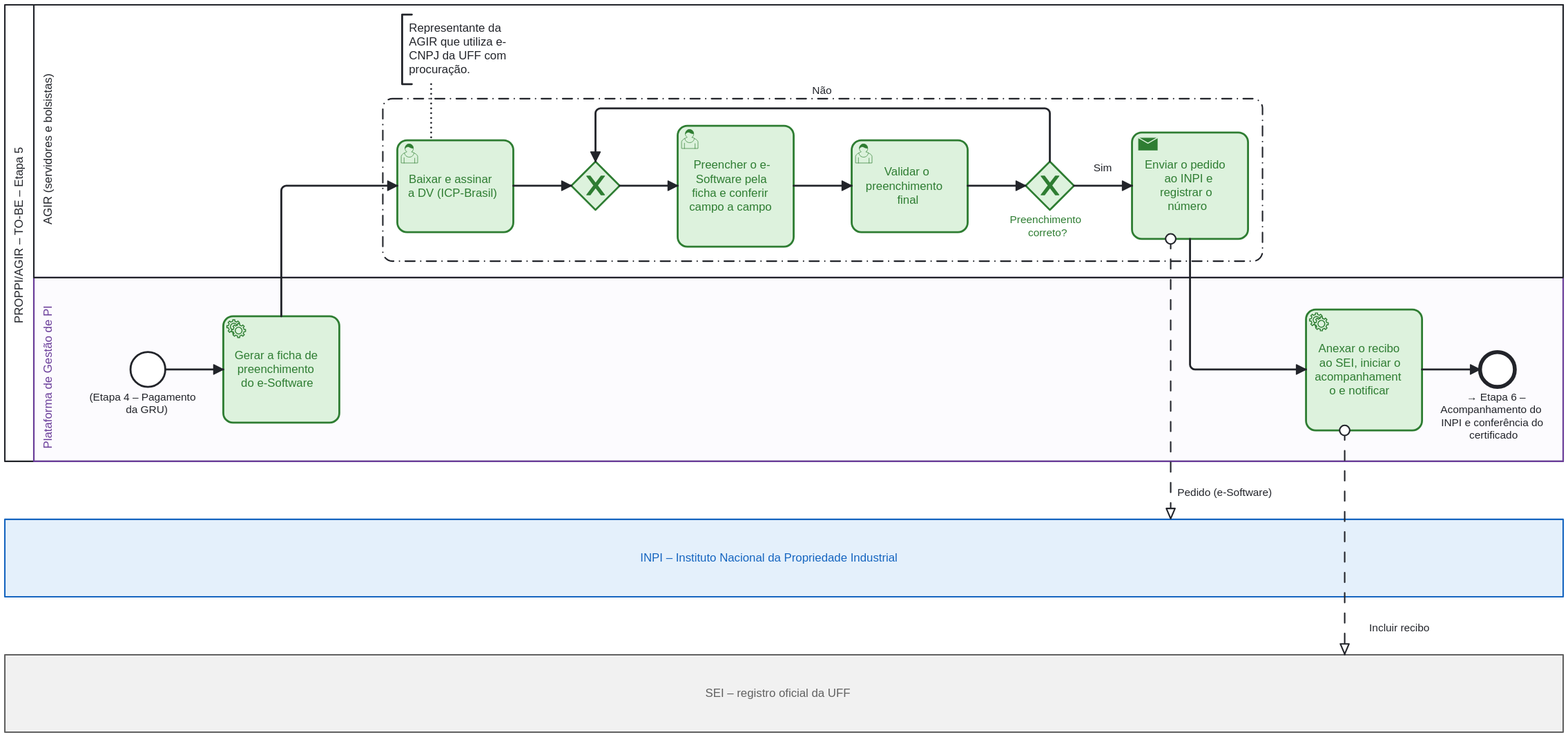
The BPMN diagram processos/registro-software/to-be/etapas/05-protocolo.svg in Amaro-peter/modelagem-bpmn-agir, before a commit. Its source is kept beside it as processos/registro-software/to-be/etapas/05-protocolo.bpmn. Ids are renumbered.
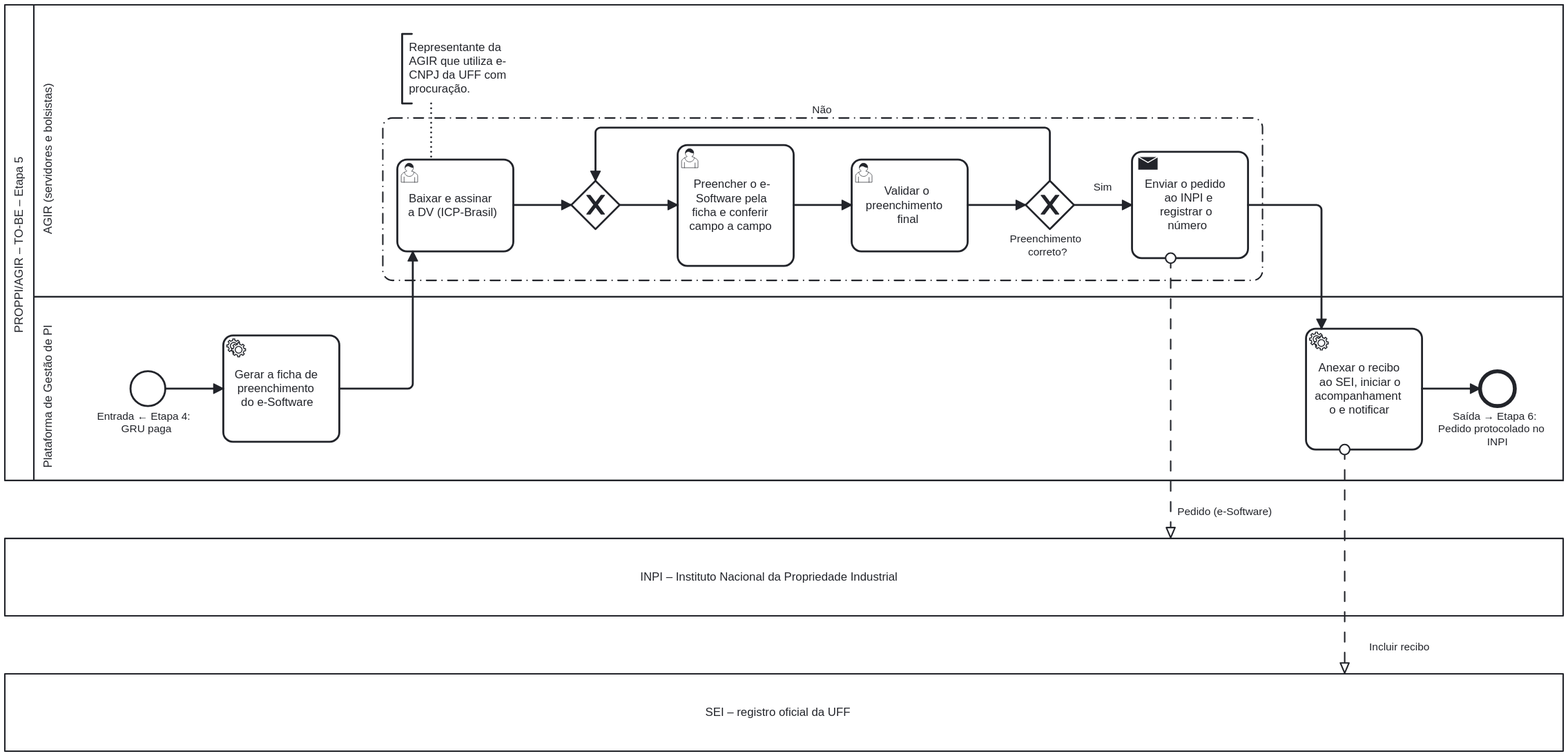
After the commit.

The edit, as a diff of the source:
```diff
@@ -1,4 +1,4 @@
-<bpmn:definitions xmlns:bpmn="http://www.omg.org/spec/BPMN/20100524/MODEL" xmlns:bpmndi="http://www.omg.org/spec/BPMN/20100524/DI" xmlns:dc="http://www.omg.org/spec/DD/20100524/DC" xmlns:bioc="http://bpmn.io/schema/bpmn/biocolor/1.0" xmlns:color="http://www.omg.org/spec/BPMN/non-normative/color/1.0" xmlns:di="http://www.omg.org/spec/DD/20100524/DI" id="Definitions_1" targetNamespace="http://bpmn.io/schema/bpmn">
+<bpmn:definitions xmlns:bpmn="http://www.omg.org/spec/BPMN/20100524/MODEL" xmlns:bpmndi="http://www.omg.org/spec/BPMN/20100524/DI" xmlns:dc="http://www.omg.org/spec/DD/20100524/DC" xmlns:di="http://www.omg.org/spec/DD/20100524/DI" id="Definitions_1" targetNamespace="http://bpmn.io/schema/bpmn">
   <bpmn:collaboration id="Collab_ToBe_Registro_Software_Etapa5">
     <bpmn:participant id="Pool_PROPPI" name="PROPPI/AGIR – TO-BE – Etapa 5" processRef="ToBe_Registro_Software_Etapa5" />
     <bpmn:participant id="Pool_INPI" name="INPI – Instituto Nacional da Propriedade Industrial" />
@@ -19,8 +19,8 @@
       <bpmn:lane id="L_PLAT" name="Plataforma de Gestão de PI">
         <bpmn:flowNodeRef>t_ficha</bpmn:flowNodeRef>
         <bpmn:flowNodeRef>t_monit</bpmn:flowNodeRef>
-        <bpmn:flowNodeRef>ini_t_ficha_e4</bpmn:flowNodeRef>
-        <bpmn:flowNodeRef>fim_t_monit_e6</bpmn:flowNodeRef>
+        <bpmn:flowNodeRef>entrada_e5_de_e4</bpmn:flowNodeRef>
+        <bpmn:flowNodeRef>saida_e5_para_e6</bpmn:flowNodeRef>
       </bpmn:lane>
     </bpmn:laneSet>
     <bpmn:serviceTask id="t_ficha" name="Gerar a ficha de preenchimento do e-Software">
@@ -57,13 +57,13 @@
       <bpmn:incoming>ToBe_Registro_Software_Etapa5_f9</bpmn:incoming>
       <bpmn:outgoing>ToBe_Registro_Software_Etapa5_f10</bpmn:outgoing>
     </bpmn:serviceTask>
-    <bpmn:startEvent id="ini_t_ficha_e4" name="(Etapa 4 – Pagamento da GRU)">
+    <bpmn:startEvent id="entrada_e5_de_e4" name="Entrada ← Etapa 4: GRU paga">
       <bpmn:outgoing>ToBe_Registro_Software_Etapa5_f1</bpmn:outgoing>
     </bpmn:startEvent>
-    <bpmn:endEvent id="fim_t_monit_e6" name="→ Etapa 6 – Acompanhamento do INPI e conferência do certificado">
+    <bpmn:endEvent id="saida_e5_para_e6" name="Saída → Etapa 6: Pedido protocolado no INPI">
       <bpmn:incoming>ToBe_Registro_Software_Etapa5_f10</bpmn:incoming>
     </bpmn:endEvent>
-    <bpmn:sequenceFlow id="ToBe_Registro_Software_Etapa5_f1" sourceRef="ini_t_ficha_e4" targetRef="t_ficha" />
+    <bpmn:sequenceFlow id="ToBe_Registro_Software_Etapa5_f1" sourceRef="entrada_e5_de_e4" targetRef="t_ficha" />
     <bpmn:sequenceFlow id="ToBe_Registro_Software_Etapa5_f2" sourceRef="t_ficha" targetRef="t_dv" />
     <bpmn:sequenceFlow id="ToBe_Registro_Software_Etapa5_f3" sourceRef="t_dv" targetRef="j_fill" />
     <bpmn:sequenceFlow id="ToBe_Registro_Software_Etapa5_f4" sourceRef="j_fill" targetRef="t_fill" />
@@ -72,7 +72,7 @@
     <bpmn:sequenceFlow id="ToBe_Registro_Software_Etapa5_f7" name="Não" sourceRef="g_valfinal" targetRef="j_fill" />
     <bpmn:sequenceFlow id="ToBe_Registro_Software_Etapa5_f8" name="Sim" sourceRef="g_valfinal" targetRef="t_envia" />
     <bpmn:sequenceFlow id="ToBe_Registro_Software_Etapa5_f9" sourceRef="t_envia" targetRef="t_monit" />
-    <bpmn:sequenceFlow id="ToBe_Registro_Software_Etapa5_f10" sourceRef="t_monit" targetRef="fim_t_monit_e6" />
+    <bpmn:sequenceFlow id="ToBe_Registro_Software_Etapa5_f10" sourceRef="t_monit" targetRef="saida_e5_para_e6" />
     <bpmn:textAnnotation id="t_dv_note">
       <bpmn:text>Representante da AGIR que utiliza e-CNPJ da UFF com procuração.</bpmn:text>
     </bpmn:textAnnotation>
@@ -85,125 +85,125 @@
   <bpmndi:BPMNDiagram id="BPMNDiagram_Collab_ToBe_Registro_Software_Etapa5">
     <bpmndi:BPMNPlane id="BPMNPlane_Collab_ToBe_Registro_Software_Etapa5" bpmnElement="Collab_ToBe_Registro_Software_Etapa5">
       <bpmndi:BPMNShape id="Pool_PROPPI_di" bpmnElement="Pool_PROPPI" isHorizontal="true">
-        <dc:Bounds x="0" y="0" width="1612" height="472" />
+        <dc:Bounds x="0" y="0" width="1612" height="492" />
       </bpmndi:BPMNShape>
       <bpmndi:BPMNShape id="L_AGIR_di" bpmnElement="L_AGIR" isHorizontal="true">
-        <dc:Bounds x="30" y="0" width="1582" height="282" />
+        <dc:Bounds x="30" y="0" width="1582" height="302" />
       </bpmndi:BPMNShape>
-      <bpmndi:BPMNShape id="L_PLAT_di" bpmnElement="L_PLAT" isHorizontal="true" bioc:stroke="#6a3d9a" bioc:fill="#f3eefa" color:background-color="#f3eefa" color:border-color="#6a3d9a">
-        <dc:Bounds x="30" y="282" width="1582" height="190" />
+      <bpmndi:BPMNShape id="L_PLAT_di" bpmnElement="L_PLAT" isHorizontal="true">
+        <dc:Bounds x="30" y="302" width="1582" height="190" />
       </bpmndi:BPMNShape>
       <bpmndi:BPMNShape id="G_REG_INPI_di" bpmnElement="G_REG_INPI">
-        <dc:Bounds x="391" y="97" width="910" height="168" />
+        <dc:Bounds x="391" y="117" width="910" height="168" />
       </bpmndi:BPMNShape>
-      <bpmndi:BPMNShape id="t_ficha_di" bpmnElement="t_ficha" bioc:stroke="#2e7d32" bioc:fill="#dcf2dc" color:background-color="#dcf2dc" color:border-color="#2e7d32">
-        <dc:Bounds x="226" y="322" width="120" height="110" />
+      <bpmndi:BPMNShape id="t_ficha_di" bpmnElement="t_ficha">
+        <dc:Bounds x="226" y="342" width="120" height="110" />
       </bpmndi:BPMNShape>
-      <bpmndi:BPMNShape id="t_dv_di" bpmnElement="t_dv" bioc:stroke="#2e7d32" bioc:fill="#dcf2dc" color:background-color="#dcf2dc" color:border-color="#2e7d32">
-        <dc:Bounds x="406" y="140" width="120" height="95" />
+      <bpmndi:BPMNShape id="t_dv_di" bpmnElement="t_dv">
+        <dc:Bounds x="406" y="160" width="120" height="95" />
       </bpmndi:BPMNShape>
       <bpmndi:BPMNShape id="t_dv_note_di" bpmnElement="t_dv_note">
-        <dc:Bounds x="411" y="10" width="150" height="72" />
+        <dc:Bounds x="411" y="30" width="150" height="72" />
       </bpmndi:BPMNShape>
       <bpmndi:BPMNEdge id="t_dv_assoc_di" bpmnElement="t_dv_assoc">
-        <di:waypoint x="441" y="82" />
-        <di:waypoint x="441" y="140" />
+        <di:waypoint x="441" y="102" />
+        <di:waypoint x="441" y="160" />
       </bpmndi:BPMNEdge>
-      <bpmndi:BPMNShape id="j_fill_di" bpmnElement="j_fill" isMarkerVisible="true" bioc:stroke="#2e7d32" bioc:fill="#dcf2dc" color:background-color="#dcf2dc" color:border-color="#2e7d32">
-        <dc:Bounds x="586" y="162" width="50" height="50" />
+      <bpmndi:BPMNShape id="j_fill_di" bpmnElement="j_fill" isMarkerVisible="true">
+        <dc:Bounds x="586" y="182" width="50" height="50" />
       </bpmndi:BPMNShape>
-      <bpmndi:BPMNShape id="t_fill_di" bpmnElement="t_fill" bioc:stroke="#2e7d32" bioc:fill="#dcf2dc" color:background-color="#dcf2dc" color:border-color="#2e7d32">
-        <dc:Bounds x="696" y="125" width="120" height="125" />
+      <bpmndi:BPMNShape id="t_fill_di" bpmnElement="t_fill">
+        <dc:Bounds x="696" y="145" width="120" height="125" />
       </bpmndi:BPMNShape>
-      <bpmndi:BPMNShape id="t_valfinal_di" bpmnElement="t_valfinal" bioc:stroke="#2e7d32" bioc:fill="#dcf2dc" color:background-color="#dcf2dc" color:border-color="#2e7d32">
-        <dc:Bounds x="876" y="140" width="120" height="95" />
+      <bpmndi:BPMNShape id="t_valfinal_di" bpmnElement="t_valfinal">
+        <dc:Bounds x="876" y="160" width="120" height="95" />
       </bpmndi:BPMNShape>
-      <bpmndi:BPMNShape id="g_valfinal_di" bpmnElement="g_valfinal" isMarkerVisible="true" bioc:stroke="#2e7d32" bioc:fill="#dcf2dc" color:background-color="#dcf2dc" color:border-color="#2e7d32">
-        <dc:Bounds x="1056" y="162" width="50" height="50" />
+      <bpmndi:BPMNShape id="g_valfinal_di" bpmnElement="g_valfinal" isMarkerVisible="true">
+        <dc:Bounds x="1056" y="182" width="50" height="50" />
         <bpmndi:BPMNLabel>
-          <dc:Bounds x="1016" y="216" width="130" height="28" />
+          <dc:Bounds x="1016" y="236" width="130" height="28" />
         </bpmndi:BPMNLabel>
       </bpmndi:BPMNShape>
-      <bpmndi:BPMNShape id="t_envia_di" bpmnElement="t_envia" bioc:stroke="#2e7d32" bioc:fill="#dcf2dc" color:background-color="#dcf2dc" color:border-color="#2e7d32">
-        <dc:Bounds x="1166" y="132" width="120" height="110" />
+      <bpmndi:BPMNShape id="t_envia_di" bpmnElement="t_envia">
+        <dc:Bounds x="1166" y="152" width="120" height="110" />
       </bpmndi:BPMNShape>
-      <bpmndi:BPMNShape id="t_monit_di" bpmnElement="t_monit" bioc:stroke="#2e7d32" bioc:fill="#dcf2dc" color:background-color="#dcf2dc" color:border-color="#2e7d32">
-        <dc:Bounds x="1346" y="315" width="120" height="125" />
+      <bpmndi:BPMNShape id="t_monit_di" bpmnElement="t_monit">
+        <dc:Bounds x="1346" y="335" width="120" height="125" />
       </bpmndi:BPMNShape>
-      <bpmndi:BPMNShape id="ini_t_ficha_e4_di" bpmnElement="ini_t_ficha_e4">
-        <dc:Bounds x="130" y="359" width="36" height="36" />
+      <bpmndi:BPMNShape id="entrada_e5_de_e4_di" bpmnElement="entrada_e5_de_e4">
+        <dc:Bounds x="130" y="379" width="36" height="36" />
         <bpmndi:BPMNLabel>
-          <dc:Bounds x="83" y="399" width="130" height="28" />
+          <dc:Bounds x="83" y="419" width="130" height="28" />
         </bpmndi:BPMNLabel>
       </bpmndi:BPMNShape>
-      <bpmndi:BPMNShape id="fim_t_monit_e6_di" bpmnElement="fim_t_monit_e6">
-        <dc:Bounds x="1526" y="359" width="36" height="36" />
+      <bpmndi:BPMNShape id="saida_e5_para_e6_di" bpmnElement="saida_e5_para_e6">
+        <dc:Bounds x="1526" y="379" width="36" height="36" />
         <bpmndi:BPMNLabel>
-          <dc:Bounds x="1479" y="399" width="130" height="56" />
+          <dc:Bounds x="1479" y="419" width="130" height="42" />
         </bpmndi:BPMNLabel>
       </bpmndi:BPMNShape>
       <bpmndi:BPMNEdge id="ToBe_Registro_Software_Etapa5_f1_di" bpmnElement="ToBe_Registro_Software_Etapa5_f1">
-        <di:waypoint x="166" y="377" />
-        <di:waypoint x="226" y="377" />
+        <di:waypoint x="166" y="397" />
+        <di:waypoint x="226" y="397" />
       </bpmndi:BPMNEdge>
       <bpmndi:BPMNEdge id="ToBe_Registro_Software_Etapa5_f2_di" bpmnElement="ToBe_Registro_Software_Etapa5_f2">
-        <di:waypoint x="286" y="322" />
-        <di:waypoint x="286" y="187" />
-        <di:waypoint x="406" y="187" />
+        <di:waypoint x="346" y="397" />
+        <di:waypoint x="422" y="397" />
+        <di:waypoint x="422" y="255" />
       </bpmndi:BPMNEdge>
       <bpmndi:BPMNEdge id="ToBe_Registro_Software_Etapa5_f3_di" bpmnElement="ToBe_Registro_Software_Etapa5_f3">
-        <di:waypoint x="526" y="187" />
-        <di:waypoint x="586" y="187" />
+        <di:waypoint x="526" y="207" />
+        <di:waypoint x="586" y="207" />
       </bpmndi:BPMNEdge>
       <bpmndi:BPMNEdge id="ToBe_Registro_Software_Etapa5_f4_di" bpmnElement="ToBe_Registro_Software_Etapa5_f4">
-        <di:waypoint x="636" y="187" />
-        <di:waypoint x="696" y="187" />
+        <di:waypoint x="636" y="207" />
+        <di:waypoint x="696" y="207" />
       </bpmndi:BPMNEdge>
       <bpmndi:BPMNEdge id="ToBe_Registro_Software_Etapa5_f5_di" bpmnElement="ToBe_Registro_Software_Etapa5_f5">
-        <di:waypoint x="816" y="187" />
-        <di:waypoint x="876" y="187" />
+        <di:waypoint x="816" y="207" />
+        <di:waypoint x="876" y="207" />
       </bpmndi:BPMNEdge>
       <bpmndi:BPMNEdge id="ToBe_Registro_Software_Etapa5_f6_di" bpmnElement="ToBe_Registro_Software_Etapa5_f6">
-        <di:waypoint x="996" y="187" />
-        <di:waypoint x="1056" y="187" />
+        <di:waypoint x="996" y="207" />
+        <di:waypoint x="1056" y="207" />
       </bpmndi:BPMNEdge>
       <bpmndi:BPMNEdge id="ToBe_Registro_Software_Etapa5_f7_di" bpmnElement="ToBe_Registro_Software_Etapa5_f7">
-        <di:waypoint x="1081" y="162" />
-        <di:waypoint x="1081" y="107" />
-        <di:waypoint x="611" y="107" />
-        <di:waypoint x="611" y="162" />
+        <di:waypoint x="1081" y="182" />
+        <di:waypoint x="1081" y="127" />
+        <di:waypoint x="611" y="127" />
+        <di:waypoint x="611" y="182" />
       </bpmndi:BPMNEdge>
       <bpmndi:BPMNEdge id="ToBe_Registro_Software_Etapa5_f8_di" bpmnElement="ToBe_Registro_Software_Etapa5_f8">
-        <di:waypoint x="1106" y="187" />
-        <di:waypoint x="1166" y="187" />
+        <di:waypoint x="1106" y="207" />
+        <di:waypoint x="1166" y="207" />
       </bpmndi:BPMNEdge>
       <bpmndi:BPMNEdge id="ToBe_Registro_Software_Etapa5_f9_di" bpmnElement="ToBe_Registro_Software_Etapa5_f9">
-        <di:waypoint x="1226" y="242" />
-        <di:waypoint x="1226" y="377" />
-        <di:waypoint x="1346" y="377" />
+        <di:waypoint x="1286" y="207" />
+        <di:waypoint x="1362" y="207" />
+        <di:waypoint x="1362" y="335" />
       </bpmndi:BPMNEdge>
       <bpmndi:BPMNEdge id="ToBe_Registro_Software_Etapa5_f10_di" bpmnElement="ToBe_Registro_Software_Etapa5_f10">
-        <di:waypoint x="1466" y="377" />
-        <di:waypoint x="1526" y="377" />
+        <di:waypoint x="1466" y="397" />
+        <di:waypoint x="1526" y="397" />
       </bpmndi:BPMNEdge>
-      <bpmndi:BPMNShape id="Pool_INPI_di" bpmnElement="Pool_INPI" isHorizontal="true" bioc:stroke="#1565c0" bioc:fill="#e3f0fb" color:background-color="#e3f0fb" color:border-color="#1565c0">
-        <dc:Bounds x="0" y="532" width="1612" height="80" />
+      <bpmndi:BPMNShape id="Pool_INPI_di" bpmnElement="Pool_INPI" isHorizontal="true">
+        <dc:Bounds x="0" y="552" width="1612" height="80" />
       </bpmndi:BPMNShape>
-      <bpmndi:BPMNShape id="Pool_SEI_di" bpmnElement="Pool_SEI" isHorizontal="true" bioc:stroke="#616161" bioc:fill="#f1f1f1" color:background-color="#f1f1f1" color:border-color="#616161">
-        <dc:Bounds x="0" y="672" width="1612" height="80" />
+      <bpmndi:BPMNShape id="Pool_SEI_di" bpmnElement="Pool_SEI" isHorizontal="true">
+        <dc:Bounds x="0" y="692" width="1612" height="80" />
       </bpmndi:BPMNShape>
       <bpmndi:BPMNEdge id="Msg_1_di" bpmnElement="Msg_1">
-        <di:waypoint x="1386" y="440" />
-        <di:waypoint x="1386" y="672" />
+        <di:waypoint x="1386" y="460" />
+        <di:waypoint x="1386" y="692" />
         <bpmndi:BPMNLabel>
-          <dc:Bounds x="1392" y="638" width="110" height="28" />
+          <dc:Bounds x="1392" y="658" width="110" height="28" />
         </bpmndi:BPMNLabel>
       </bpmndi:BPMNEdge>
       <bpmndi:BPMNEdge id="Msg_2_di" bpmnElement="Msg_2">
-        <di:waypoint x="1206" y="242" />
-        <di:waypoint x="1206" y="532" />
+        <di:waypoint x="1206" y="262" />
+        <di:waypoint x="1206" y="552" />
         <bpmndi:BPMNLabel>
-          <dc:Bounds x="1212" y="498" width="110" height="28" />
+          <dc:Bounds x="1212" y="518" width="110" height="28" />
         </bpmndi:BPMNLabel>
       </bpmndi:BPMNEdge>
     </bpmndi:BPMNPlane>
```
